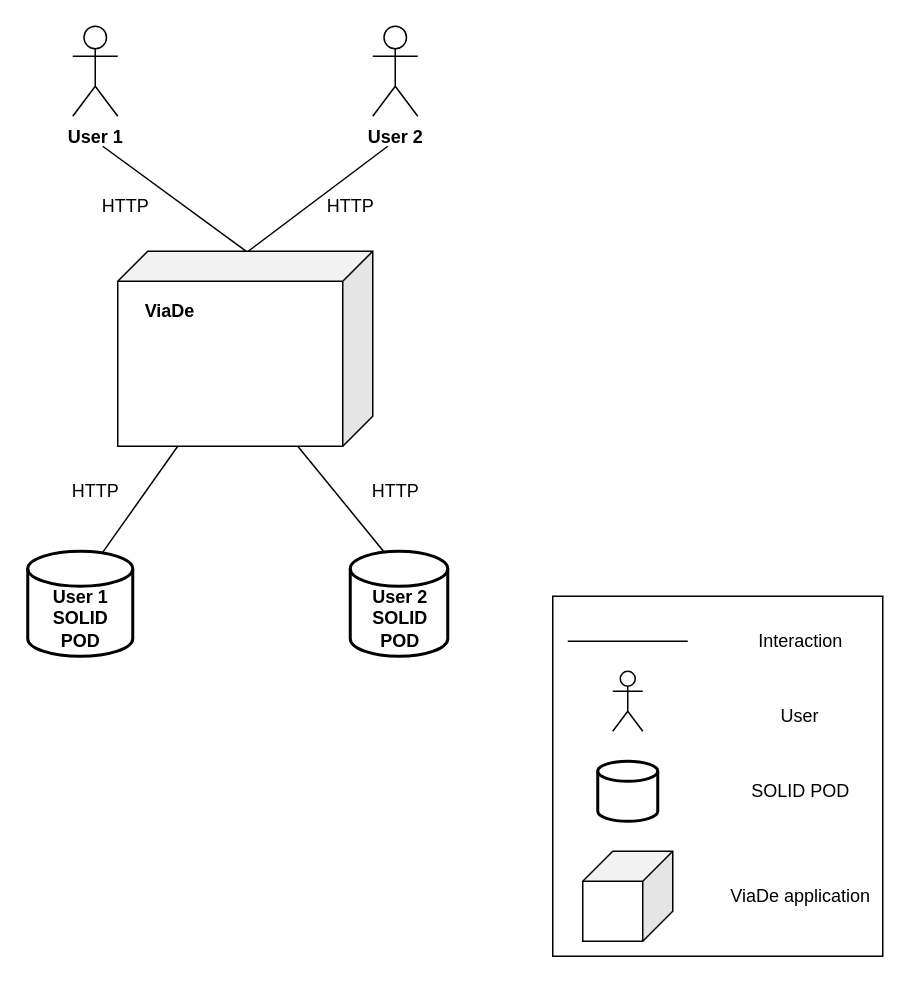
Before: src/docs/resources/doc03_technicalContextDiagram_16-02.drawio in Arquisoft/viade_es1c, a draw.io diagram. Source tidied: cells renumbered, new cells numbered last; positions are measured from the earlier drawing's top-left corner, leaving out a move shared by most shapes. Both pictures are drawn from the tidied source at 150%, with x=0, y=0 at pixel (27, 26).
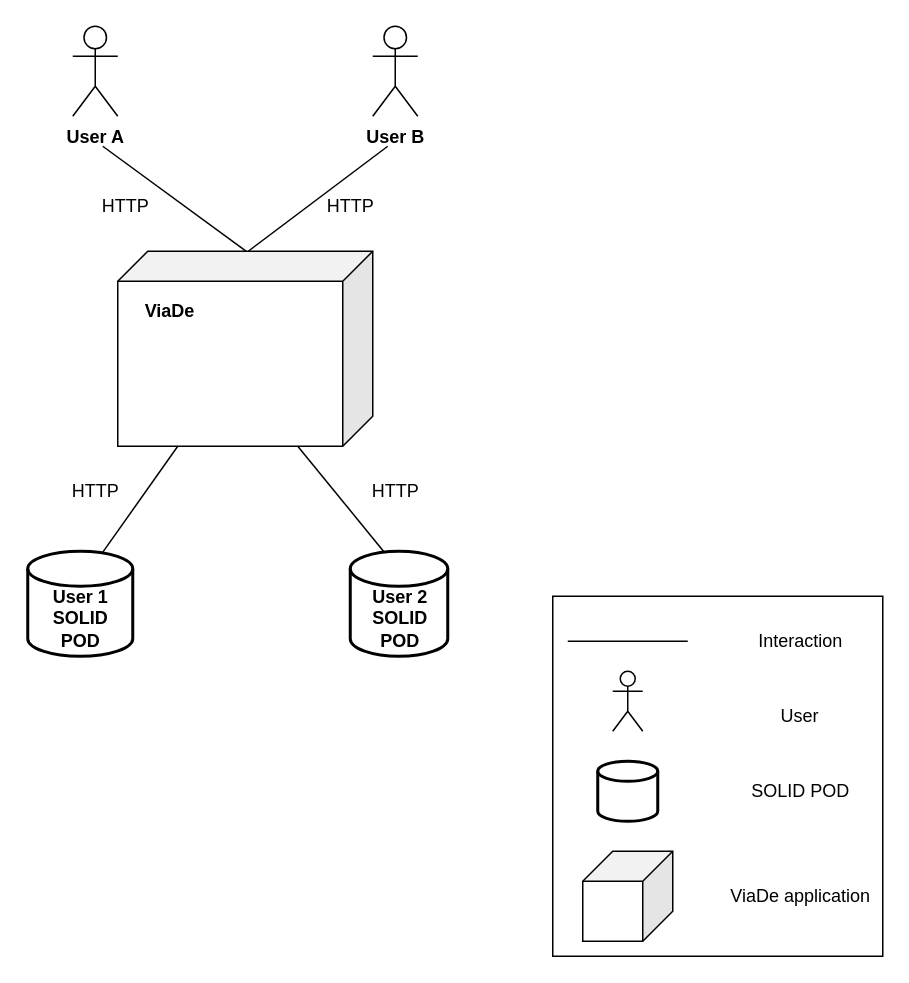
The same page after the edit.

Commit message (it also covers changes not shown here):
Slight modifications in section 3 (Technical context diagram)

What changed in the source:
```diff
@@
-    <mxCell id="2" value="&lt;div&gt;&lt;b&gt;User 1&lt;/b&gt;&lt;/div&gt;" style="shape=umlActor;verticalLabelPosition=bottom;labelBackgroundColor=#ffffff;verticalAlign=top;html=1;" parent="1" vertex="1">
+    <mxCell id="2" value="&lt;div&gt;&lt;b&gt;User A&lt;br&gt;&lt;/b&gt;&lt;/div&gt;" style="shape=umlActor;verticalLabelPosition=bottom;labelBackgroundColor=#ffffff;verticalAlign=top;html=1;" parent="1" vertex="1">
       <mxGeometry x="30" width="30" height="60" as="geometry" />
     </mxCell>
-    <mxCell id="3" value="User 2" style="shape=umlActor;verticalLabelPosition=bottom;labelBackgroundColor=#ffffff;verticalAlign=top;html=1;align=center;fontStyle=1;" parent="1" vertex="1">
+    <mxCell id="3" value="User B" style="shape=umlActor;verticalLabelPosition=bottom;labelBackgroundColor=#ffffff;verticalAlign=top;html=1;align=center;fontStyle=1;" parent="1" vertex="1">
       <mxGeometry x="230" width="30" height="60" as="geometry" />
     </mxCell>
```
